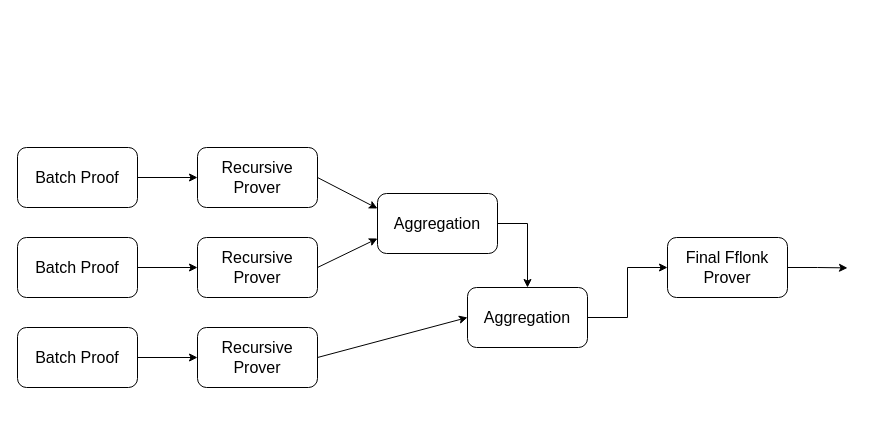
Before: zkEVM-proving-architecture2.drawio in Phillip-Kemper/thesis-drawings, a draw.io diagram. Source tidied: cells renumbered, new cells numbered last; positions are measured from the earlier drawing's top-left corner, leaving out a move shared by most shapes. Both pictures are drawn from the tidied source at 100%, with x=0, y=0 at pixel (17, 147).
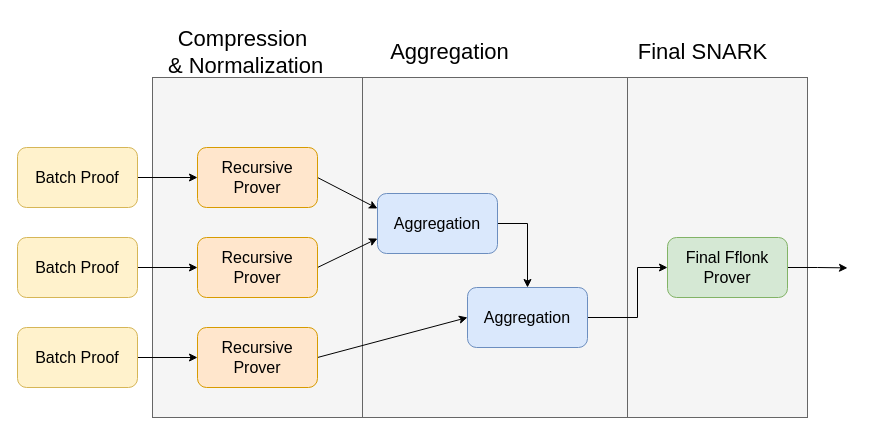
The same diagram, later.

What changed in the source:
```diff
@@
+    <mxCell id="20" style="rounded=0;whiteSpace=wrap;html=1;strokeColor=#666666;fillColor=#f5f5f5;fontColor=#333333;" parent="1" vertex="1">
+      <mxGeometry x="610" y="-70" width="180" height="340" as="geometry" />
+    </mxCell>
+    <mxCell id="21" style="rounded=0;whiteSpace=wrap;html=1;strokeColor=#666666;fillColor=#f5f5f5;fontColor=#333333;" parent="1" vertex="1">
+      <mxGeometry x="345" y="-70" width="265" height="340" as="geometry" />
+    </mxCell>
+    <mxCell id="22" style="rounded=0;whiteSpace=wrap;html=1;strokeColor=#666666;fillColor=#f5f5f5;fontColor=#333333;" parent="1" vertex="1">
+      <mxGeometry x="135" y="-70" width="210" height="340" as="geometry" />
+    </mxCell>
@@
-    <mxCell id="3" value="Batch Proof" style="rounded=1;whiteSpace=wrap;html=1;fontSize=16;" parent="1" vertex="1">
+    <mxCell id="3" value="Batch Proof" style="rounded=1;whiteSpace=wrap;html=1;fontSize=16;fillColor=#fff2cc;strokeColor=#d6b656;" parent="1" vertex="1">
       <mxGeometry width="120" height="60" as="geometry" />
     </mxCell>
@@
-    <mxCell id="5" value="Batch Proof" style="rounded=1;whiteSpace=wrap;html=1;fontSize=16;" parent="1" vertex="1">
+    <mxCell id="5" value="Batch Proof" style="rounded=1;whiteSpace=wrap;html=1;fontSize=16;fillColor=#fff2cc;strokeColor=#d6b656;" parent="1" vertex="1">
       <mxGeometry y="90" width="120" height="60" as="geometry" />
     </mxCell>
@@
-    <mxCell id="7" value="Batch Proof" style="rounded=1;whiteSpace=wrap;html=1;fontSize=16;" parent="1" vertex="1">
+    <mxCell id="7" value="Batch Proof" style="rounded=1;whiteSpace=wrap;html=1;fontSize=16;fillColor=#fff2cc;strokeColor=#d6b656;" parent="1" vertex="1">
       <mxGeometry y="180" width="120" height="60" as="geometry" />
     </mxCell>
@@
-    <mxCell id="9" value="Recursive Prover" style="rounded=1;whiteSpace=wrap;html=1;fontSize=16;" parent="1" vertex="1">
+    <mxCell id="9" value="Recursive Prover" style="rounded=1;whiteSpace=wrap;html=1;fontSize=16;fillColor=#ffe6cc;strokeColor=#d79b00;" parent="1" vertex="1">
       <mxGeometry x="180" width="120" height="60" as="geometry" />
     </mxCell>
@@
-    <mxCell id="11" value="Recursive Prover" style="rounded=1;whiteSpace=wrap;html=1;fontSize=16;" parent="1" vertex="1">
+    <mxCell id="11" value="Recursive Prover" style="rounded=1;whiteSpace=wrap;html=1;fontSize=16;fillColor=#ffe6cc;strokeColor=#d79b00;" parent="1" vertex="1">
       <mxGeometry x="180" y="90" width="120" height="60" as="geometry" />
     </mxCell>
@@
-    <mxCell id="13" value="Recursive Prover" style="rounded=1;whiteSpace=wrap;html=1;fontSize=16;" parent="1" vertex="1">
+    <mxCell id="13" value="Recursive Prover" style="rounded=1;whiteSpace=wrap;html=1;fontSize=16;fillColor=#ffe6cc;strokeColor=#d79b00;" parent="1" vertex="1">
       <mxGeometry x="180" y="180" width="120" height="60" as="geometry" />
     </mxCell>
@@
-    <mxCell id="15" value="Aggregation" style="rounded=1;whiteSpace=wrap;html=1;fontSize=16;" parent="1" vertex="1">
+    <mxCell id="15" value="Aggregation" style="rounded=1;whiteSpace=wrap;html=1;fontSize=16;fillColor=#dae8fc;strokeColor=#6c8ebf;" parent="1" vertex="1">
       <mxGeometry x="360" y="46" width="120" height="60" as="geometry" />
     </mxCell>
     <mxCell id="16" style="edgeStyle=orthogonalEdgeStyle;rounded=0;jettySize=auto;html=1;exitX=1;exitY=0.5;exitDx=0;exitDy=0;entryX=0;entryY=0.5;entryDx=0;entryDy=0;" parent="1" edge="1" source="17" target="19">
-      <mxGeometry relative="1" as="geometry" />
+      <mxGeometry relative="1" as="geometry">
+        <Array as="points">
+          <mxPoint x="620" y="170" />
+          <mxPoint x="620" y="120" />
+        </Array>
+      </mxGeometry>
     </mxCell>
-    <mxCell id="17" value="Aggregation" style="rounded=1;whiteSpace=wrap;html=1;fontSize=16;" parent="1" vertex="1">
+    <mxCell id="17" value="Aggregation" style="rounded=1;whiteSpace=wrap;html=1;fontSize=16;fillColor=#dae8fc;strokeColor=#6c8ebf;" parent="1" vertex="1">
       <mxGeometry x="450" y="140" width="120" height="60" as="geometry" />
     </mxCell>
@@
-    <mxCell id="19" value="Final Fflonk Prover" style="rounded=1;whiteSpace=wrap;html=1;fontSize=16;" parent="1" vertex="1">
+    <mxCell id="19" value="Final Fflonk Prover" style="rounded=1;whiteSpace=wrap;html=1;fontSize=16;fillColor=#d5e8d4;strokeColor=#82b366;" parent="1" vertex="1">
       <mxGeometry x="650" y="90" width="120" height="60" as="geometry" />
     </mxCell>
+    <mxCell id="23" value="&lt;font style=&quot;font-size: 22px;&quot;&gt;Compression&lt;br&gt;&amp;nbsp;&amp;amp; Normalization&lt;/font&gt;" style="text;html=1;align=center;verticalAlign=middle;strokeColor=none;fillColor=none;" parent="1" vertex="1">
+      <mxGeometry x="135" y="-130" width="180" height="70" as="geometry" />
+    </mxCell>
+    <mxCell id="24" value="&lt;span style=&quot;font-size: 22px;&quot;&gt;Aggregation&amp;nbsp;&lt;/span&gt;" style="text;html=1;align=center;verticalAlign=middle;strokeColor=none;fillColor=none;" parent="1" vertex="1">
+      <mxGeometry x="360" y="-115" width="150" height="40" as="geometry" />
+    </mxCell>
+    <mxCell id="25" value="&lt;span style=&quot;font-size: 22px;&quot;&gt;Final SNARK&lt;/span&gt;" style="text;html=1;align=center;verticalAlign=middle;strokeColor=none;fillColor=none;" parent="1" vertex="1">
+      <mxGeometry x="610" y="-115" width="150" height="40" as="geometry" />
+    </mxCell>
```
